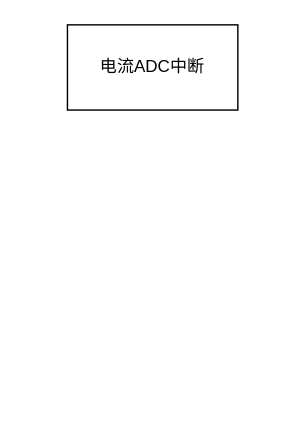
This is 未命名绘图.drawio from lianglei001x-maker/demo, a draw.io file, before an edit. Source tidied: cells renumbered, new cells numbered last; positions are measured from the earlier drawing's top-left corner, leaving out a move shared by most shapes. Both pictures are drawn from the tidied source at 142%, with x=0, y=0 at pixel (67, 24).
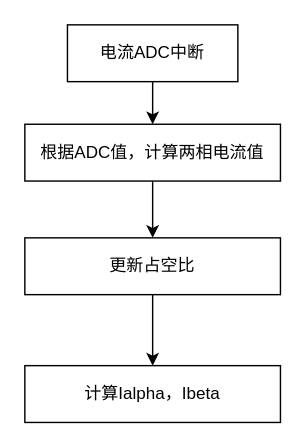
After the change.

Commit message (it also covers changes not shown here):
更新未命名绘图.drawio

The edit, as a diff of the source:
```diff
@@
 <mxGraphModel>
   <root>
     <mxCell id="0" />
     <mxCell id="1" parent="0" />
+    <mxCell id="3" style="edgeStyle=orthogonalEdgeStyle;rounded=0;jettySize=auto;html=1;exitX=0.5;exitY=1;exitDx=0;exitDy=0;entryX=0.5;entryY=0;entryDx=0;entryDy=0;" parent="1" edge="1" source="2" target="5">
+      <mxGeometry relative="1" as="geometry" />
+    </mxCell>
     <mxCell id="2" value="电流ADC中断" style="rounded=0;whiteSpace=wrap;html=1;" parent="1" vertex="1">
-      <mxGeometry width="120" height="60" as="geometry" />
+      <mxGeometry width="120" height="40" as="geometry" />
     </mxCell>
+    <mxCell id="4" style="edgeStyle=orthogonalEdgeStyle;rounded=0;jettySize=auto;html=1;exitX=0.5;exitY=1;exitDx=0;exitDy=0;entryX=0.5;entryY=0;entryDx=0;entryDy=0;" parent="1" edge="1" source="5" target="7">
+      <mxGeometry relative="1" as="geometry" />
+    </mxCell>
+    <mxCell id="5" value="根据ADC值，计算两相电流值" style="rounded=0;whiteSpace=wrap;html=1;" parent="1" vertex="1">
+      <mxGeometry x="-30" y="70" width="180" height="40" as="geometry" />
+    </mxCell>
+    <mxCell id="6" style="edgeStyle=orthogonalEdgeStyle;rounded=0;jettySize=auto;html=1;exitX=0.5;exitY=1;exitDx=0;exitDy=0;entryX=0.5;entryY=0;entryDx=0;entryDy=0;" parent="1" edge="1" source="7" target="8">
+      <mxGeometry relative="1" as="geometry" />
+    </mxCell>
+    <mxCell id="7" value="更新占空比" style="rounded=0;whiteSpace=wrap;html=1;" parent="1" vertex="1">
+      <mxGeometry x="-30" y="150" width="180" height="40" as="geometry" />
+    </mxCell>
+    <mxCell id="8" value="计算Ialpha，Ibeta" style="rounded=0;whiteSpace=wrap;html=1;" parent="1" vertex="1">
+      <mxGeometry x="-30" y="240" width="180" height="40" as="geometry" />
+    </mxCell>
   </root>
 </mxGraphModel>
```
